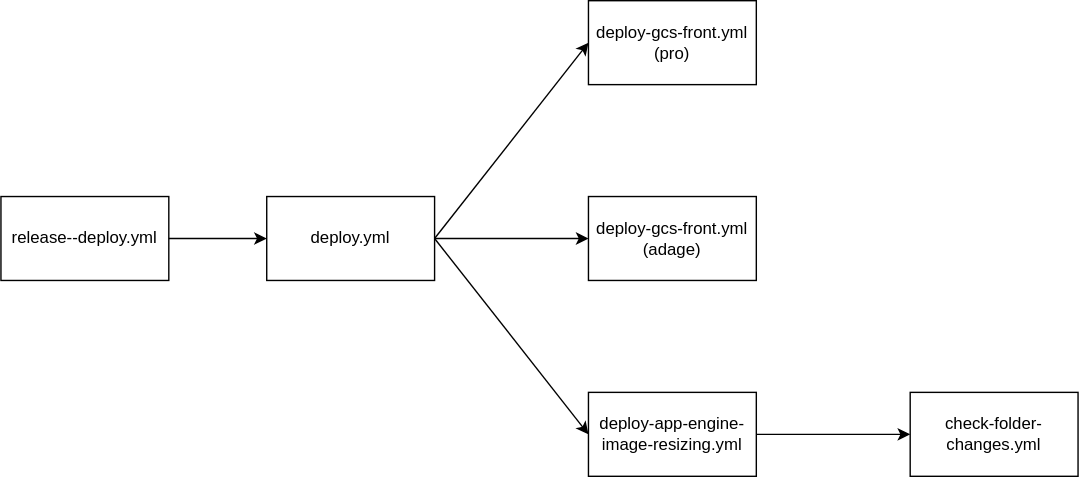
This is .github/workflows/img/release-deploy.drawio.svg from pass-culture/pass-culture-main, a draw.io export, as it was before one commit. Source tidied: cells renumbered, new cells last; positions are measured from the earlier drawing's top-left corner, leaving out a move shared by most shapes.
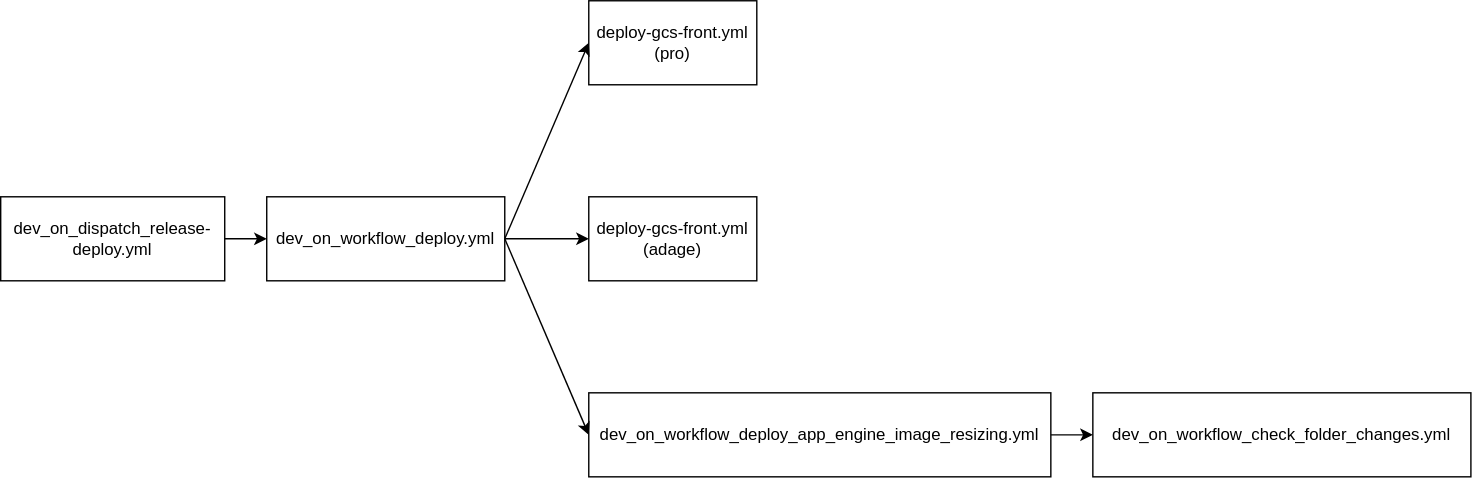
After the commit.

The edit, as a diff of the source:
```diff
@@ -2,11 +2,11 @@
   <root>
     <mxCell id="0" />
     <mxCell id="1" parent="0" />
-    <mxCell id="2" value="release--deploy.yml" style="rounded=0;whiteSpace=wrap;html=1;" parent="1" vertex="1">
-      <mxGeometry y="140" width="120" height="60" as="geometry" />
+    <mxCell id="2" value="dev_on_dispatch_release-deploy.yml" style="rounded=0;whiteSpace=wrap;html=1;" parent="1" vertex="1">
+      <mxGeometry y="140" width="160" height="60" as="geometry" />
     </mxCell>
-    <mxCell id="3" value="deploy.yml" style="rounded=0;whiteSpace=wrap;html=1;" parent="1" vertex="1">
-      <mxGeometry x="190" y="140" width="120" height="60" as="geometry" />
+    <mxCell id="3" value="dev_on_workflow_deploy.yml" style="rounded=0;whiteSpace=wrap;html=1;" parent="1" vertex="1">
+      <mxGeometry x="190" y="140" width="170" height="60" as="geometry" />
     </mxCell>
     <mxCell id="4" value="&lt;div&gt;deploy-gcs-front.yml&lt;br&gt;(pro)&lt;br&gt;&lt;/div&gt;" style="rounded=0;whiteSpace=wrap;html=1;" parent="1" vertex="1">
       <mxGeometry x="420" width="120" height="60" as="geometry" />
@@ -14,8 +14,8 @@
     <mxCell id="5" value="deploy-gcs-front.yml&lt;br&gt;(adage)" style="whiteSpace=wrap;html=1;" parent="1" vertex="1">
       <mxGeometry x="420" y="140" width="120" height="60" as="geometry" />
     </mxCell>
-    <mxCell id="6" value="deploy-app-engine-image-resizing.yaml" style="whiteSpace=wrap;html=1;" parent="1" vertex="1">
-      <mxGeometry x="420" y="280" width="120" height="60" as="geometry" />
+    <mxCell id="6" value="dev_on_workflow_deploy_app_engine_image_resizing.yml" style="whiteSpace=wrap;html=1;" parent="1" vertex="1">
+      <mxGeometry x="420" y="280" width="330" height="60" as="geometry" />
     </mxCell>
     <mxCell id="7" style="endArrow=classic;html=1;rounded=0;exitX=1;exitY=0.5;exitDx=0;exitDy=0;entryX=0;entryY=0.5;entryDx=0;entryDy=0;" parent="1" edge="1" source="2" target="3">
       <mxGeometry relative="1" as="geometry" />
@@ -29,8 +29,8 @@
     <mxCell id="10" style="endArrow=classic;html=1;rounded=0;exitX=1;exitY=0.5;exitDx=0;exitDy=0;entryX=0;entryY=0.5;entryDx=0;entryDy=0;" parent="1" edge="1" source="3" target="6">
       <mxGeometry relative="1" as="geometry" />
     </mxCell>
-    <mxCell id="11" value="check-folder-changes.yml" style="whiteSpace=wrap;html=1;" parent="1" vertex="1">
-      <mxGeometry x="650" y="280" width="120" height="60" as="geometry" />
+    <mxCell id="11" value="dev_on_workflow_check_folder_changes.yml" style="whiteSpace=wrap;html=1;" parent="1" vertex="1">
+      <mxGeometry x="780" y="280" width="270" height="60" as="geometry" />
     </mxCell>
     <mxCell id="12" style="endArrow=classic;html=1;rounded=0;exitX=1;exitY=0.5;exitDx=0;exitDy=0;entryX=0;entryY=0.5;entryDx=0;entryDy=0;" parent="1" edge="1" source="6" target="11">
       <mxGeometry relative="1" as="geometry" />
```
